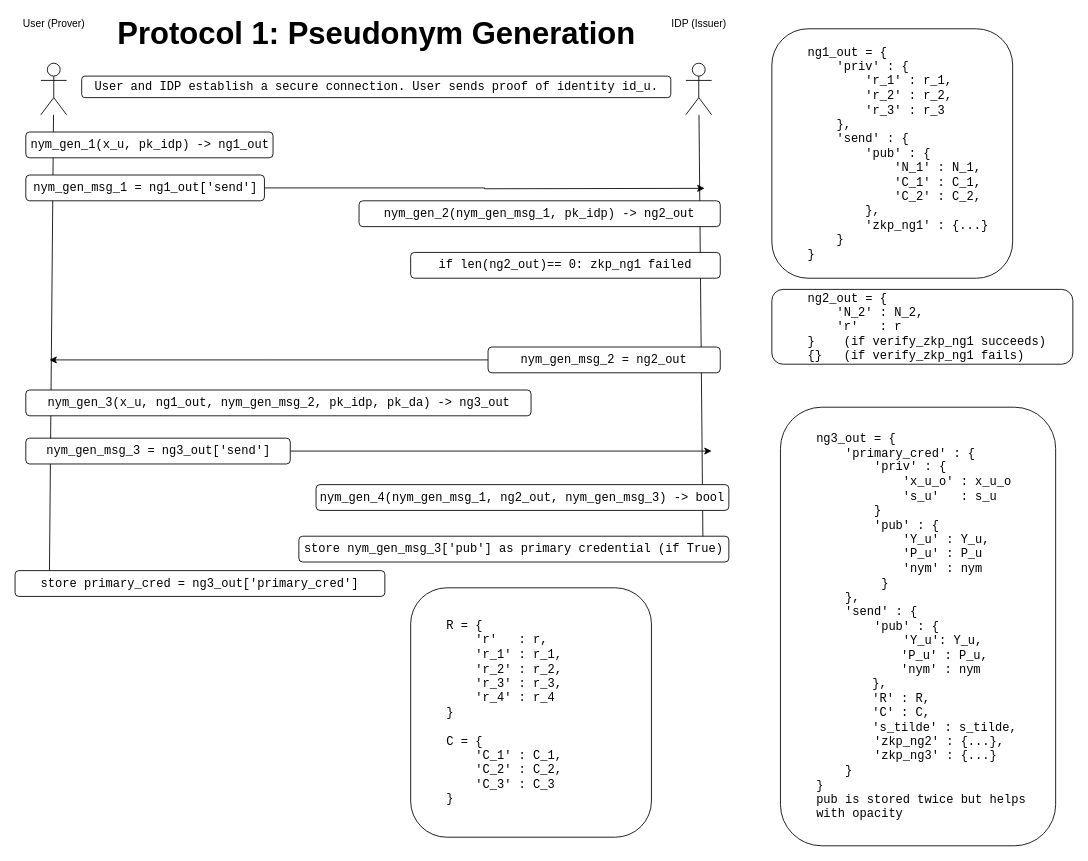
JacobGorman613/cl-api keeps this draw.io diagram as page "Nym Gen" (2 of 6) of doc/Protocols.drawio. Above is the earlier version. Source tidied: cells renumbered, new cells numbered last; positions are measured from the earlier drawing's top-left corner, leaving out a move shared by most shapes. Both pictures are drawn from the tidied source at 86%, with x=0, y=0 at pixel (15, 20).
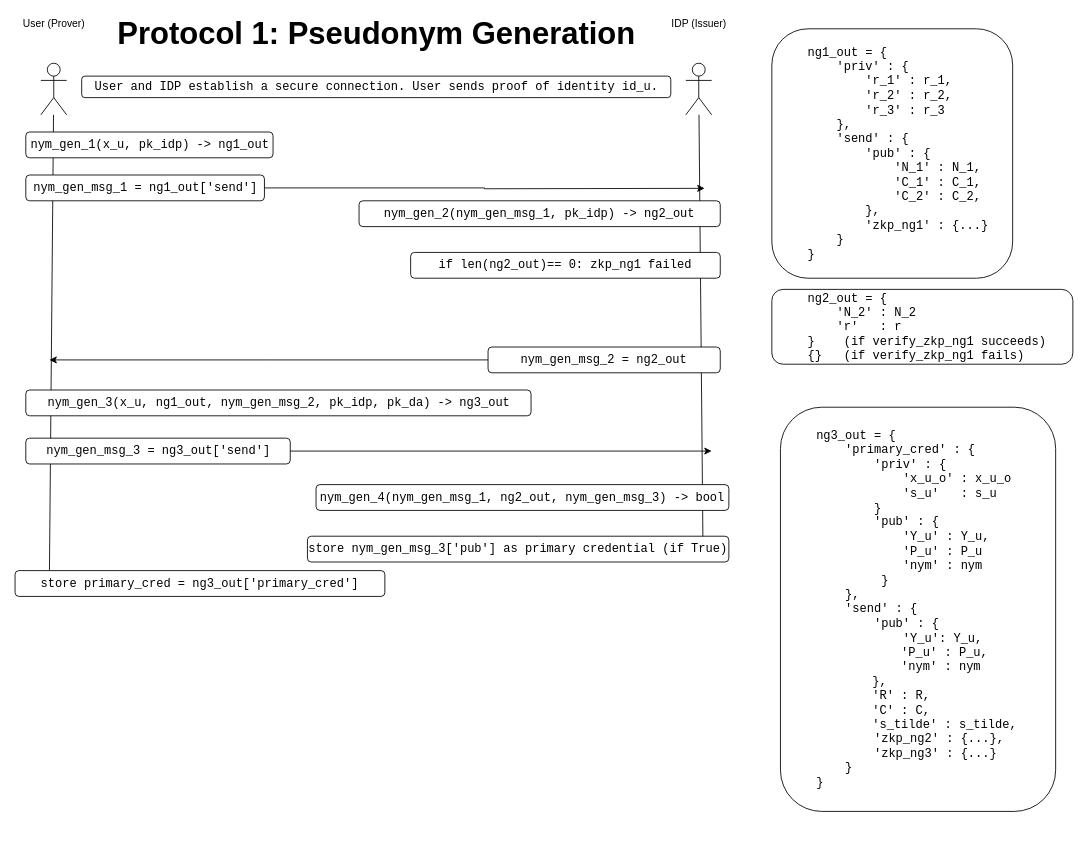
Above is the later version.

Diff of the diagram source:
```diff
@@
     <mxCell id="11" value="&lt;font style=&quot;font-size: 14px;&quot; face=&quot;Courier New&quot;&gt;store nym_gen_msg_3['pub'] as primary credential (if True)&lt;/font&gt;" style="rounded=1;whiteSpace=wrap;html=1;" parent="1" vertex="1">
-      <mxGeometry x="330" y="600" width="500" height="30" as="geometry" />
+      <mxGeometry x="340" y="600" width="490" height="30" as="geometry" />
     </mxCell>
@@
-    <mxCell id="21" value="&lt;blockquote style=&quot;margin: 0 0 0 40px; border: none; padding: 0px;&quot;&gt;&lt;font face=&quot;Courier New&quot; style=&quot;font-size: 14px;&quot;&gt;ng2_out = {&lt;br&gt;&lt;/font&gt;&lt;font face=&quot;Courier New&quot; style=&quot;font-size: 14px;&quot;&gt;&amp;nbsp; &amp;nbsp; 'N_2' : N_2,&lt;/font&gt;&lt;/blockquote&gt;&lt;blockquote style=&quot;margin: 0 0 0 40px; border: none; padding: 0px;&quot;&gt;&lt;font face=&quot;Courier New&quot; style=&quot;font-size: 14px;&quot;&gt;&amp;nbsp; &amp;nbsp; 'r'&amp;nbsp; &amp;nbsp;: r&lt;br&gt;&lt;/font&gt;&lt;font face=&quot;Courier New&quot; style=&quot;font-size: 14px;&quot;&gt;}&amp;nbsp; &amp;nbsp; (if verify_zkp_ng1 succeeds)&lt;/font&gt;&lt;/blockquote&gt;&lt;blockquote style=&quot;margin: 0 0 0 40px; border: none; padding: 0px;&quot;&gt;&lt;font face=&quot;Courier New&quot; style=&quot;font-size: 14px;&quot;&gt;{}&amp;nbsp; &amp;nbsp;(if verify_zkp_ng1 fails)&lt;/font&gt;&lt;/blockquote&gt;" style="rounded=1;whiteSpace=wrap;html=1;align=left;" parent="1" vertex="1">
+    <mxCell id="21" value="&lt;blockquote style=&quot;margin: 0 0 0 40px; border: none; padding: 0px;&quot;&gt;&lt;font face=&quot;Courier New&quot; style=&quot;font-size: 14px;&quot;&gt;ng2_out = {&lt;br&gt;&lt;/font&gt;&lt;font face=&quot;Courier New&quot; style=&quot;font-size: 14px;&quot;&gt;&amp;nbsp; &amp;nbsp; 'N_2' : N_2&lt;/font&gt;&lt;/blockquote&gt;&lt;blockquote style=&quot;margin: 0 0 0 40px; border: none; padding: 0px;&quot;&gt;&lt;font face=&quot;Courier New&quot; style=&quot;font-size: 14px;&quot;&gt;&amp;nbsp; &amp;nbsp; 'r'&amp;nbsp; &amp;nbsp;: r&lt;br&gt;&lt;/font&gt;&lt;font face=&quot;Courier New&quot; style=&quot;font-size: 14px;&quot;&gt;}&amp;nbsp; &amp;nbsp; (if verify_zkp_ng1 succeeds)&lt;/font&gt;&lt;/blockquote&gt;&lt;blockquote style=&quot;margin: 0 0 0 40px; border: none; padding: 0px;&quot;&gt;&lt;font face=&quot;Courier New&quot; style=&quot;font-size: 14px;&quot;&gt;{}&amp;nbsp; &amp;nbsp;(if verify_zkp_ng1 fails)&lt;/font&gt;&lt;/blockquote&gt;" style="rounded=1;whiteSpace=wrap;html=1;align=left;" parent="1" vertex="1">
       <mxGeometry x="880" y="313" width="350" height="87" as="geometry" />
     </mxCell>
-    <mxCell id="22" value="&lt;blockquote style=&quot;margin: 0 0 0 40px; border: none; padding: 0px;&quot;&gt;&lt;font face=&quot;Courier New&quot; style=&quot;font-size: 14px;&quot;&gt;ng3_out = {&lt;br&gt;&lt;/font&gt;&lt;font face=&quot;Courier New&quot; style=&quot;font-size: 14px;&quot;&gt;&amp;nbsp; &amp;nbsp; 'primary_cred' : {&lt;br&gt;&lt;/font&gt;&lt;span style=&quot;font-family: &amp;quot;Courier New&amp;quot;; font-size: 14px;&quot;&gt;&amp;nbsp; &amp;nbsp; &amp;nbsp; &amp;nbsp; 'priv' : {&lt;/span&gt;&lt;/blockquote&gt;&lt;blockquote style=&quot;margin: 0 0 0 40px; border: none; padding: 0px;&quot;&gt;&lt;span style=&quot;font-family: &amp;quot;Courier New&amp;quot;; font-size: 14px;&quot;&gt;&amp;nbsp; &amp;nbsp; &amp;nbsp; &amp;nbsp; &amp;nbsp; &amp;nbsp; 'x_u_o' : x_u_o&lt;/span&gt;&lt;/blockquote&gt;&lt;blockquote style=&quot;margin: 0 0 0 40px; border: none; padding: 0px;&quot;&gt;&lt;span style=&quot;font-family: &amp;quot;Courier New&amp;quot;; font-size: 14px;&quot;&gt;&amp;nbsp; &amp;nbsp; &amp;nbsp; &amp;nbsp; &amp;nbsp; &amp;nbsp; 's_u'&amp;nbsp; &amp;nbsp;: s_u&lt;/span&gt;&lt;/blockquote&gt;&lt;blockquote style=&quot;margin: 0 0 0 40px; border: none; padding: 0px;&quot;&gt;&lt;span style=&quot;font-family: &amp;quot;Courier New&amp;quot;; font-size: 14px;&quot;&gt;&amp;nbsp; &amp;nbsp; &amp;nbsp; &amp;nbsp; }&lt;/span&gt;&lt;/blockquote&gt;&lt;blockquote style=&quot;margin: 0 0 0 40px; border: none; padding: 0px;&quot;&gt;&lt;span style=&quot;font-family: &amp;quot;Courier New&amp;quot;; font-size: 14px; background-color: initial;&quot;&gt;&amp;nbsp; &amp;nbsp; &amp;nbsp; &amp;nbsp; 'pub' : {&lt;/span&gt;&lt;/blockquote&gt;&lt;blockquote style=&quot;margin: 0 0 0 40px; border: none; padding: 0px;&quot;&gt;&lt;span style=&quot;font-family: &amp;quot;Courier New&amp;quot;; font-size: 14px;&quot;&gt;&amp;nbsp; &amp;nbsp; &amp;nbsp; &amp;nbsp; &amp;nbsp; &amp;nbsp; 'Y_u' : Y_u,&lt;/span&gt;&lt;/blockquote&gt;&lt;blockquote style=&quot;margin: 0 0 0 40px; border: none; padding: 0px;&quot;&gt;&lt;span style=&quot;font-family: &amp;quot;Courier New&amp;quot;; font-size: 14px;&quot;&gt;&amp;nbsp; &amp;nbsp; &amp;nbsp; &amp;nbsp; &amp;nbsp; &amp;nbsp; 'P_u' : P_u&lt;/span&gt;&lt;/blockquote&gt;&lt;blockquote style=&quot;margin: 0 0 0 40px; border: none; padding: 0px;&quot;&gt;&lt;span style=&quot;font-family: &amp;quot;Courier New&amp;quot;; font-size: 14px;&quot;&gt;&amp;nbsp; &amp;nbsp; &amp;nbsp; &amp;nbsp; &amp;nbsp; &amp;nbsp; 'nym' : nym&lt;/span&gt;&lt;/blockquote&gt;&lt;blockquote style=&quot;margin: 0 0 0 40px; border: none; padding: 0px;&quot;&gt;&lt;span style=&quot;font-family: &amp;quot;Courier New&amp;quot;; font-size: 14px;&quot;&gt;&amp;nbsp; &amp;nbsp; &amp;nbsp; &amp;nbsp; &amp;nbsp;}&lt;br&gt;&lt;/span&gt;&lt;font face=&quot;Courier New&quot; style=&quot;font-size: 14px;&quot;&gt;&amp;nbsp; &amp;nbsp; },&lt;br&gt;&lt;/font&gt;&lt;font face=&quot;Courier New&quot; style=&quot;font-size: 14px;&quot;&gt;&amp;nbsp; &amp;nbsp; 'send' : {&lt;/font&gt;&lt;/blockquote&gt;&lt;blockquote style=&quot;margin: 0 0 0 40px; border: none; padding: 0px;&quot;&gt;&lt;span style=&quot;background-color: initial; font-family: &amp;quot;Courier New&amp;quot;; font-size: 14px;&quot;&gt;&amp;nbsp; &amp;nbsp; &amp;nbsp; &amp;nbsp; 'pub' : {&lt;/span&gt;&lt;/blockquote&gt;&lt;blockquote style=&quot;margin: 0 0 0 40px; border: none; padding: 0px;&quot;&gt;&lt;span style=&quot;font-family: &amp;quot;Courier New&amp;quot;; font-size: 14px; background-color: initial;&quot;&gt;&amp;nbsp; &amp;nbsp; &amp;nbsp; &amp;nbsp; &amp;nbsp; &amp;nbsp; 'Y_u': Y_u,&lt;/span&gt;&lt;blockquote style=&quot;margin: 0px 0px 0px 40px; border: none; padding: 0px;&quot;&gt;&lt;span style=&quot;font-family: &amp;quot;Courier New&amp;quot;; font-size: 14px;&quot;&gt;&amp;nbsp; &amp;nbsp; &amp;nbsp; &amp;nbsp;'P_u' : P_u,&lt;/span&gt;&lt;/blockquote&gt;&lt;blockquote style=&quot;margin: 0px 0px 0px 40px; border: none; padding: 0px;&quot;&gt;&lt;span style=&quot;font-family: &amp;quot;Courier New&amp;quot;; font-size: 14px;&quot;&gt;&amp;nbsp; &amp;nbsp; &amp;nbsp; &amp;nbsp;'nym' : nym&lt;/span&gt;&lt;/blockquote&gt;&lt;blockquote style=&quot;margin: 0px 0px 0px 40px; border: none; padding: 0px;&quot;&gt;&lt;span style=&quot;font-family: &amp;quot;Courier New&amp;quot;; font-size: 14px;&quot;&gt;&amp;nbsp; &amp;nbsp;},&lt;/span&gt;&lt;/blockquote&gt;&lt;blockquote style=&quot;margin: 0px 0px 0px 40px; border: none; padding: 0px;&quot;&gt;&lt;font face=&quot;Courier New&quot;&gt;&lt;span style=&quot;font-size: 14px;&quot;&gt;&amp;nbsp; &amp;nbsp;'R' : R,&lt;/span&gt;&lt;/font&gt;&lt;/blockquote&gt;&lt;blockquote style=&quot;margin: 0px 0px 0px 40px; border: none; padding: 0px;&quot;&gt;&lt;font face=&quot;Courier New&quot;&gt;&lt;span style=&quot;font-size: 14px;&quot;&gt;&amp;nbsp; &amp;nbsp;'C' : C,&lt;/span&gt;&lt;/font&gt;&lt;/blockquote&gt;&lt;blockquote style=&quot;margin: 0px 0px 0px 40px; border: none; padding: 0px;&quot;&gt;&lt;font face=&quot;Courier New&quot;&gt;&lt;span style=&quot;font-size: 14px;&quot;&gt;&amp;nbsp; &amp;nbsp;'s_tilde' : s_tilde,&lt;/span&gt;&lt;/font&gt;&lt;/blockquote&gt;&lt;font face=&quot;Courier New&quot; style=&quot;font-size: 14px;&quot;&gt;&amp;nbsp; &amp;nbsp; &amp;nbsp; &amp;nbsp; 'zkp_ng2' : {...},&lt;/font&gt;&lt;/blockquote&gt;&lt;blockquote style=&quot;margin: 0 0 0 40px; border: none; padding: 0px;&quot;&gt;&lt;font face=&quot;Courier New&quot; style=&quot;font-size: 14px;&quot;&gt;&amp;nbsp; &amp;nbsp; &amp;nbsp; &amp;nbsp; 'zkp_ng3' : {...}&lt;br&gt;&lt;/font&gt;&lt;font face=&quot;Courier New&quot; style=&quot;font-size: 14px;&quot;&gt;&amp;nbsp; &amp;nbsp; }&lt;br&gt;&lt;/font&gt;&lt;font face=&quot;Courier New&quot; style=&quot;font-size: 14px;&quot;&gt;}&lt;/font&gt;&lt;/blockquote&gt;&lt;blockquote style=&quot;margin: 0 0 0 40px; border: none; padding: 0px;&quot;&gt;&lt;font face=&quot;Courier New&quot; style=&quot;font-size: 14px;&quot;&gt;pub is stored twice but helps with opacity&lt;/font&gt;&lt;/blockquote&gt;" style="rounded=1;whiteSpace=wrap;html=1;align=left;" parent="1" vertex="1">
-      <mxGeometry x="890" y="450" width="320" height="510" as="geometry" />
+    <mxCell id="22" value="&lt;blockquote style=&quot;margin: 0 0 0 40px; border: none; padding: 0px;&quot;&gt;&lt;font face=&quot;Courier New&quot; style=&quot;font-size: 14px;&quot;&gt;ng3_out = {&lt;br&gt;&lt;/font&gt;&lt;font face=&quot;Courier New&quot; style=&quot;font-size: 14px;&quot;&gt;&amp;nbsp; &amp;nbsp; 'primary_cred' : {&lt;br&gt;&lt;/font&gt;&lt;span style=&quot;font-family: &amp;quot;Courier New&amp;quot;; font-size: 14px;&quot;&gt;&amp;nbsp; &amp;nbsp; &amp;nbsp; &amp;nbsp; 'priv' : {&lt;/span&gt;&lt;/blockquote&gt;&lt;blockquote style=&quot;margin: 0 0 0 40px; border: none; padding: 0px;&quot;&gt;&lt;span style=&quot;font-family: &amp;quot;Courier New&amp;quot;; font-size: 14px;&quot;&gt;&amp;nbsp; &amp;nbsp; &amp;nbsp; &amp;nbsp; &amp;nbsp; &amp;nbsp; 'x_u_o' : x_u_o&lt;/span&gt;&lt;/blockquote&gt;&lt;blockquote style=&quot;margin: 0 0 0 40px; border: none; padding: 0px;&quot;&gt;&lt;span style=&quot;font-family: &amp;quot;Courier New&amp;quot;; font-size: 14px;&quot;&gt;&amp;nbsp; &amp;nbsp; &amp;nbsp; &amp;nbsp; &amp;nbsp; &amp;nbsp; 's_u'&amp;nbsp; &amp;nbsp;: s_u&lt;/span&gt;&lt;/blockquote&gt;&lt;blockquote style=&quot;margin: 0 0 0 40px; border: none; padding: 0px;&quot;&gt;&lt;span style=&quot;font-family: &amp;quot;Courier New&amp;quot;; font-size: 14px;&quot;&gt;&amp;nbsp; &amp;nbsp; &amp;nbsp; &amp;nbsp; }&lt;/span&gt;&lt;/blockquote&gt;&lt;blockquote style=&quot;margin: 0 0 0 40px; border: none; padding: 0px;&quot;&gt;&lt;span style=&quot;font-family: &amp;quot;Courier New&amp;quot;; font-size: 14px; background-color: initial;&quot;&gt;&amp;nbsp; &amp;nbsp; &amp;nbsp; &amp;nbsp; 'pub' : {&lt;/span&gt;&lt;/blockquote&gt;&lt;blockquote style=&quot;margin: 0 0 0 40px; border: none; padding: 0px;&quot;&gt;&lt;span style=&quot;font-family: &amp;quot;Courier New&amp;quot;; font-size: 14px;&quot;&gt;&amp;nbsp; &amp;nbsp; &amp;nbsp; &amp;nbsp; &amp;nbsp; &amp;nbsp; 'Y_u' : Y_u,&lt;/span&gt;&lt;/blockquote&gt;&lt;blockquote style=&quot;margin: 0 0 0 40px; border: none; padding: 0px;&quot;&gt;&lt;span style=&quot;font-family: &amp;quot;Courier New&amp;quot;; font-size: 14px;&quot;&gt;&amp;nbsp; &amp;nbsp; &amp;nbsp; &amp;nbsp; &amp;nbsp; &amp;nbsp; 'P_u' : P_u&lt;/span&gt;&lt;/blockquote&gt;&lt;blockquote style=&quot;margin: 0 0 0 40px; border: none; padding: 0px;&quot;&gt;&lt;span style=&quot;font-family: &amp;quot;Courier New&amp;quot;; font-size: 14px;&quot;&gt;&amp;nbsp; &amp;nbsp; &amp;nbsp; &amp;nbsp; &amp;nbsp; &amp;nbsp; 'nym' : nym&lt;/span&gt;&lt;/blockquote&gt;&lt;blockquote style=&quot;margin: 0 0 0 40px; border: none; padding: 0px;&quot;&gt;&lt;span style=&quot;font-family: &amp;quot;Courier New&amp;quot;; font-size: 14px;&quot;&gt;&amp;nbsp; &amp;nbsp; &amp;nbsp; &amp;nbsp; &amp;nbsp;}&lt;br&gt;&lt;/span&gt;&lt;font face=&quot;Courier New&quot; style=&quot;font-size: 14px;&quot;&gt;&amp;nbsp; &amp;nbsp; },&lt;br&gt;&lt;/font&gt;&lt;font face=&quot;Courier New&quot; style=&quot;font-size: 14px;&quot;&gt;&amp;nbsp; &amp;nbsp; 'send' : {&lt;/font&gt;&lt;/blockquote&gt;&lt;blockquote style=&quot;margin: 0 0 0 40px; border: none; padding: 0px;&quot;&gt;&lt;span style=&quot;background-color: initial; font-family: &amp;quot;Courier New&amp;quot;; font-size: 14px;&quot;&gt;&amp;nbsp; &amp;nbsp; &amp;nbsp; &amp;nbsp; 'pub' : {&lt;/span&gt;&lt;/blockquote&gt;&lt;blockquote style=&quot;margin: 0 0 0 40px; border: none; padding: 0px;&quot;&gt;&lt;span style=&quot;font-family: &amp;quot;Courier New&amp;quot;; font-size: 14px; background-color: initial;&quot;&gt;&amp;nbsp; &amp;nbsp; &amp;nbsp; &amp;nbsp; &amp;nbsp; &amp;nbsp; 'Y_u': Y_u,&lt;/span&gt;&lt;blockquote style=&quot;margin: 0px 0px 0px 40px; border: none; padding: 0px;&quot;&gt;&lt;span style=&quot;font-family: &amp;quot;Courier New&amp;quot;; font-size: 14px;&quot;&gt;&amp;nbsp; &amp;nbsp; &amp;nbsp; &amp;nbsp;'P_u' : P_u,&lt;/span&gt;&lt;/blockquote&gt;&lt;blockquote style=&quot;margin: 0px 0px 0px 40px; border: none; padding: 0px;&quot;&gt;&lt;span style=&quot;font-family: &amp;quot;Courier New&amp;quot;; font-size: 14px;&quot;&gt;&amp;nbsp; &amp;nbsp; &amp;nbsp; &amp;nbsp;'nym' : nym&lt;/span&gt;&lt;/blockquote&gt;&lt;blockquote style=&quot;margin: 0px 0px 0px 40px; border: none; padding: 0px;&quot;&gt;&lt;span style=&quot;font-family: &amp;quot;Courier New&amp;quot;; font-size: 14px;&quot;&gt;&amp;nbsp; &amp;nbsp;},&lt;/span&gt;&lt;/blockquote&gt;&lt;blockquote style=&quot;margin: 0px 0px 0px 40px; border: none; padding: 0px;&quot;&gt;&lt;font face=&quot;Courier New&quot;&gt;&lt;span style=&quot;font-size: 14px;&quot;&gt;&amp;nbsp; &amp;nbsp;'R' : R,&lt;/span&gt;&lt;/font&gt;&lt;/blockquote&gt;&lt;blockquote style=&quot;margin: 0px 0px 0px 40px; border: none; padding: 0px;&quot;&gt;&lt;font face=&quot;Courier New&quot;&gt;&lt;span style=&quot;font-size: 14px;&quot;&gt;&amp;nbsp; &amp;nbsp;'C' : C,&lt;/span&gt;&lt;/font&gt;&lt;/blockquote&gt;&lt;blockquote style=&quot;margin: 0px 0px 0px 40px; border: none; padding: 0px;&quot;&gt;&lt;font face=&quot;Courier New&quot;&gt;&lt;span style=&quot;font-size: 14px;&quot;&gt;&amp;nbsp; &amp;nbsp;'s_tilde' : s_tilde,&lt;/span&gt;&lt;/font&gt;&lt;/blockquote&gt;&lt;font face=&quot;Courier New&quot; style=&quot;font-size: 14px;&quot;&gt;&amp;nbsp; &amp;nbsp; &amp;nbsp; &amp;nbsp; 'zkp_ng2' : {...},&lt;/font&gt;&lt;/blockquote&gt;&lt;blockquote style=&quot;margin: 0 0 0 40px; border: none; padding: 0px;&quot;&gt;&lt;font face=&quot;Courier New&quot; style=&quot;font-size: 14px;&quot;&gt;&amp;nbsp; &amp;nbsp; &amp;nbsp; &amp;nbsp; 'zkp_ng3' : {...}&lt;br&gt;&lt;/font&gt;&lt;font face=&quot;Courier New&quot; style=&quot;font-size: 14px;&quot;&gt;&amp;nbsp; &amp;nbsp; }&lt;br&gt;&lt;/font&gt;&lt;font face=&quot;Courier New&quot; style=&quot;font-size: 14px;&quot;&gt;}&lt;/font&gt;&lt;/blockquote&gt;" style="rounded=1;whiteSpace=wrap;html=1;align=left;" parent="1" vertex="1">
+      <mxGeometry x="890" y="450" width="320" height="470" as="geometry" />
     </mxCell>
@@
-    <mxCell id="24" value="&lt;blockquote style=&quot;margin: 0 0 0 40px; border: none; padding: 0px;&quot;&gt;&lt;font face=&quot;Courier New&quot;&gt;&lt;span style=&quot;font-size: 14px;&quot;&gt;R = {&lt;/span&gt;&lt;/font&gt;&lt;/blockquote&gt;&lt;blockquote style=&quot;margin: 0 0 0 40px; border: none; padding: 0px;&quot;&gt;&lt;font face=&quot;Courier New&quot;&gt;&lt;span style=&quot;font-size: 14px;&quot;&gt;&amp;nbsp; &amp;nbsp; 'r'&amp;nbsp; &amp;nbsp;: r,&lt;/span&gt;&lt;/font&gt;&lt;/blockquote&gt;&lt;blockquote style=&quot;margin: 0 0 0 40px; border: none; padding: 0px;&quot;&gt;&lt;font face=&quot;Courier New&quot;&gt;&lt;span style=&quot;font-size: 14px;&quot;&gt;&amp;nbsp; &amp;nbsp; 'r_1' : r_1,&lt;/span&gt;&lt;/font&gt;&lt;/blockquote&gt;&lt;blockquote style=&quot;margin: 0 0 0 40px; border: none; padding: 0px;&quot;&gt;&lt;font face=&quot;Courier New&quot;&gt;&lt;span style=&quot;font-size: 14px;&quot;&gt;&amp;nbsp; &amp;nbsp; 'r_2' : r_2,&lt;/span&gt;&lt;/font&gt;&lt;/blockquote&gt;&lt;blockquote style=&quot;margin: 0 0 0 40px; border: none; padding: 0px;&quot;&gt;&lt;font face=&quot;Courier New&quot;&gt;&lt;span style=&quot;font-size: 14px;&quot;&gt;&amp;nbsp; &amp;nbsp; 'r_3' : r_3,&lt;/span&gt;&lt;/font&gt;&lt;/blockquote&gt;&lt;blockquote style=&quot;margin: 0 0 0 40px; border: none; padding: 0px;&quot;&gt;&lt;font face=&quot;Courier New&quot;&gt;&lt;span style=&quot;font-size: 14px;&quot;&gt;&amp;nbsp; &amp;nbsp; 'r_4' : r_4&lt;/span&gt;&lt;/font&gt;&lt;/blockquote&gt;&lt;blockquote style=&quot;margin: 0 0 0 40px; border: none; padding: 0px;&quot;&gt;&lt;font face=&quot;Courier New&quot;&gt;&lt;span style=&quot;font-size: 14px;&quot;&gt;}&lt;/span&gt;&lt;/font&gt;&lt;/blockquote&gt;&lt;blockquote style=&quot;margin: 0 0 0 40px; border: none; padding: 0px;&quot;&gt;&lt;font face=&quot;Courier New&quot;&gt;&lt;span style=&quot;font-size: 14px;&quot;&gt;&lt;br&gt;&lt;/span&gt;&lt;/font&gt;&lt;/blockquote&gt;&lt;blockquote style=&quot;margin: 0 0 0 40px; border: none; padding: 0px;&quot;&gt;&lt;font face=&quot;Courier New&quot;&gt;&lt;span style=&quot;font-size: 14px;&quot;&gt;C = {&lt;/span&gt;&lt;/font&gt;&lt;/blockquote&gt;&lt;blockquote style=&quot;margin: 0 0 0 40px; border: none; padding: 0px;&quot;&gt;&lt;font face=&quot;Courier New&quot;&gt;&lt;span style=&quot;font-size: 14px;&quot;&gt;&amp;nbsp; &amp;nbsp; 'C_1' : C_1,&lt;/span&gt;&lt;/font&gt;&lt;/blockquote&gt;&lt;blockquote style=&quot;margin: 0 0 0 40px; border: none; padding: 0px;&quot;&gt;&lt;font face=&quot;Courier New&quot;&gt;&lt;span style=&quot;font-size: 14px;&quot;&gt;&amp;nbsp; &amp;nbsp; 'C_2' : C_2,&lt;/span&gt;&lt;/font&gt;&lt;/blockquote&gt;&lt;blockquote style=&quot;margin: 0 0 0 40px; border: none; padding: 0px;&quot;&gt;&lt;font face=&quot;Courier New&quot;&gt;&lt;span style=&quot;font-size: 14px;&quot;&gt;&amp;nbsp; &amp;nbsp; 'C_3' : C_3&lt;/span&gt;&lt;/font&gt;&lt;/blockquote&gt;&lt;blockquote style=&quot;margin: 0 0 0 40px; border: none; padding: 0px;&quot;&gt;&lt;font face=&quot;Courier New&quot;&gt;&lt;span style=&quot;font-size: 14px;&quot;&gt;}&lt;/span&gt;&lt;/font&gt;&lt;/blockquote&gt;" style="rounded=1;whiteSpace=wrap;html=1;align=left;" parent="1" vertex="1">
-      <mxGeometry x="460" y="660" width="280" height="290" as="geometry" />
-    </mxCell>
```
